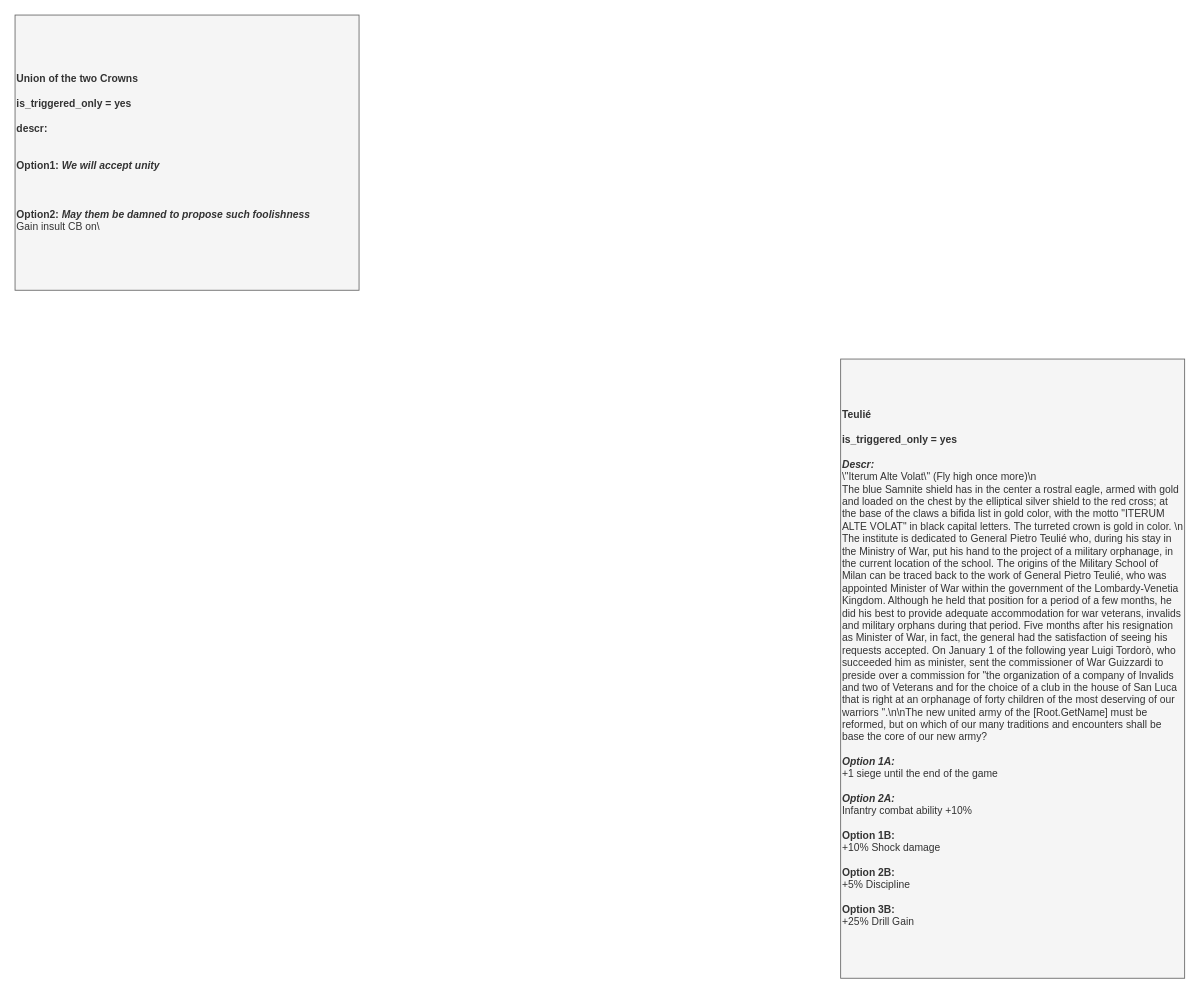
The draw.io diagram page "Events" (3 of 5) of Lombardy-Venetia/Lombardy-Venetia 0.1.drawio in Melvasul/Missions-Expanded, before the edit. Source tidied: cells renumbered, new cells numbered last; positions are measured from the earlier drawing's top-left corner, leaving out a move shared by most shapes. Both pictures are drawn from the tidied source at 86%, with x=0, y=0 at pixel (15, 15).
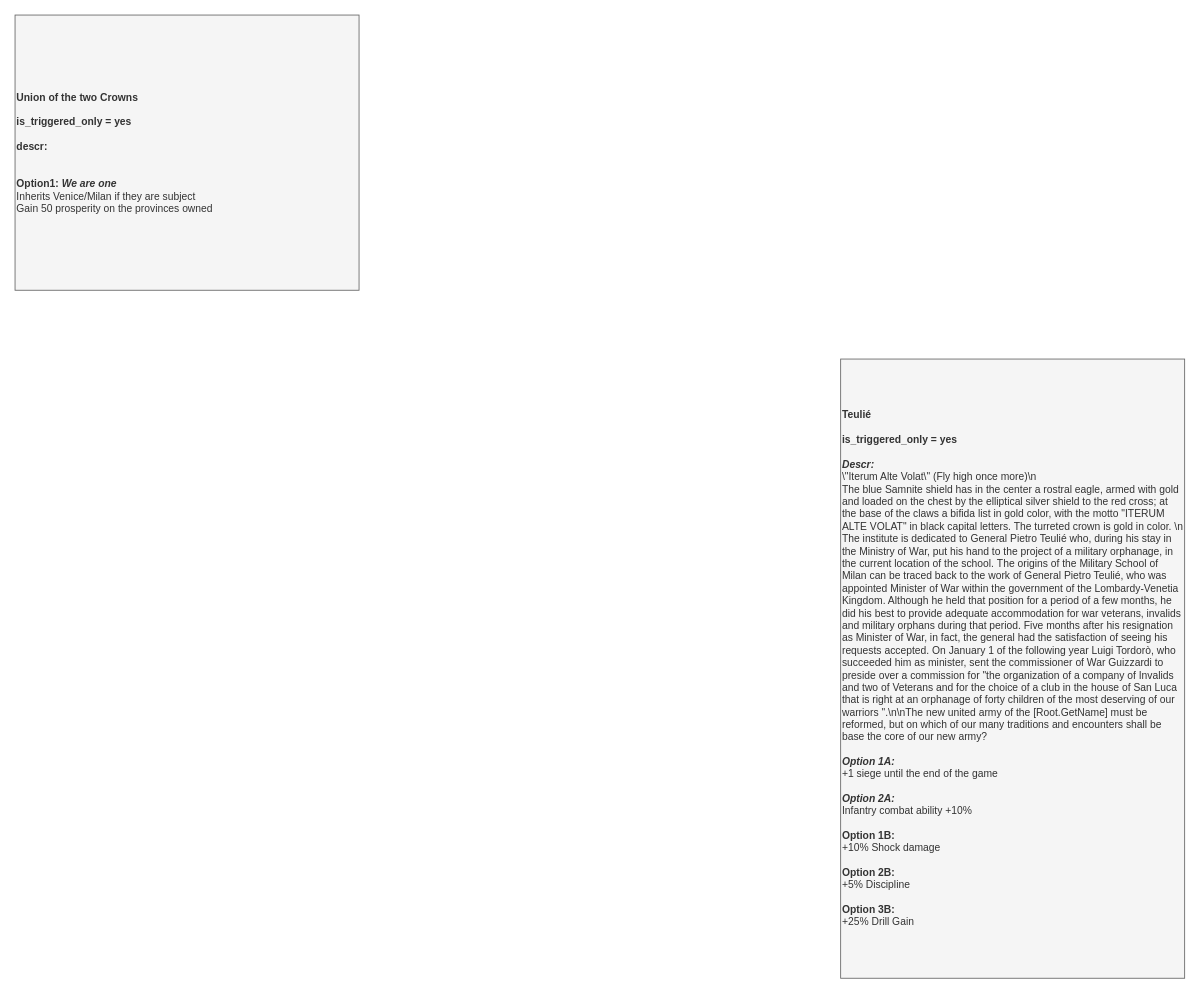
Above is the later version.

The edit, as a diff of the source:
```diff
@@
 <mxGraphModel>
   <root>
     <mxCell id="0" />
     <mxCell id="1" parent="0" />
-    <mxCell id="2" value="&lt;div style=&quot;font-size: 12px&quot;&gt;&lt;b&gt;Union of the two Crowns&lt;/b&gt;&lt;br&gt;&lt;/div&gt;&lt;div style=&quot;font-size: 12px&quot;&gt;&lt;span style=&quot;font-size: 12px&quot;&gt;&lt;br&gt;&lt;/span&gt;&lt;/div&gt;&lt;div style=&quot;font-size: 12px&quot;&gt;&lt;span style=&quot;font-size: 12px&quot;&gt;&lt;b&gt;is_triggered_only = yes&lt;/b&gt;&lt;/span&gt;&lt;/div&gt;&lt;div style=&quot;font-size: 12px&quot;&gt;&lt;span style=&quot;font-size: 12px&quot;&gt;&lt;br&gt;&lt;/span&gt;&lt;/div&gt;&lt;div style=&quot;font-size: 12px&quot;&gt;&lt;span style=&quot;font-size: 12px&quot;&gt;&lt;b&gt;descr:&lt;/b&gt;&lt;/span&gt;&lt;/div&gt;&lt;div style=&quot;font-size: 12px&quot;&gt;&lt;br&gt;&lt;/div&gt;&lt;div style=&quot;font-size: 12px&quot;&gt;&lt;span style=&quot;font-size: 12px&quot;&gt;&lt;br style=&quot;font-size: 12px&quot;&gt;&lt;/span&gt;&lt;/div&gt;&lt;div style=&quot;font-size: 12px&quot;&gt;&lt;span style=&quot;font-size: 12px&quot;&gt;&lt;b&gt;Option1: &lt;/b&gt;&lt;i&gt;&lt;b&gt;We will accept unity&lt;/b&gt;&lt;/i&gt;&lt;/span&gt;&lt;/div&gt;&lt;div style=&quot;font-size: 12px&quot;&gt;&lt;br&gt;&lt;/div&gt;&lt;div style=&quot;font-size: 12px&quot;&gt;&lt;br&gt;&lt;/div&gt;&lt;div style=&quot;font-size: 12px&quot;&gt;&lt;span style=&quot;font-size: 12px&quot;&gt;&lt;br style=&quot;font-size: 12px&quot;&gt;&lt;/span&gt;&lt;/div&gt;&lt;div style=&quot;font-size: 12px&quot;&gt;&lt;span style=&quot;font-size: 12px&quot;&gt;&lt;b&gt;Option2: &lt;i&gt;May them be damned to propose such&amp;nbsp;&lt;/i&gt;&lt;/b&gt;&lt;/span&gt;&lt;span&gt;&lt;b&gt;&lt;i&gt;foolishness&lt;/i&gt;&lt;/b&gt;&lt;/span&gt;&lt;/div&gt;&lt;div style=&quot;font-size: 12px&quot;&gt;Gain insult CB on\&lt;/div&gt;" style="rounded=0;whiteSpace=wrap;html=1;fillColor=#f5f5f5;strokeColor=#666666;fontSize=12;fontColor=#333333;align=left;verticalAlign=middle;" parent="1" vertex="1">
+    <mxCell id="2" value="&lt;div style=&quot;font-size: 12px&quot;&gt;&lt;b&gt;Union of the two Crowns&lt;/b&gt;&lt;br&gt;&lt;/div&gt;&lt;div style=&quot;font-size: 12px&quot;&gt;&lt;span style=&quot;font-size: 12px&quot;&gt;&lt;br&gt;&lt;/span&gt;&lt;/div&gt;&lt;div style=&quot;font-size: 12px&quot;&gt;&lt;span style=&quot;font-size: 12px&quot;&gt;&lt;b&gt;is_triggered_only = yes&lt;/b&gt;&lt;/span&gt;&lt;/div&gt;&lt;div style=&quot;font-size: 12px&quot;&gt;&lt;span style=&quot;font-size: 12px&quot;&gt;&lt;br&gt;&lt;/span&gt;&lt;/div&gt;&lt;div style=&quot;font-size: 12px&quot;&gt;&lt;span style=&quot;font-size: 12px&quot;&gt;&lt;b&gt;descr:&lt;/b&gt;&lt;/span&gt;&lt;/div&gt;&lt;div style=&quot;font-size: 12px&quot;&gt;&lt;br&gt;&lt;/div&gt;&lt;div style=&quot;font-size: 12px&quot;&gt;&lt;span style=&quot;font-size: 12px&quot;&gt;&lt;br style=&quot;font-size: 12px&quot;&gt;&lt;/span&gt;&lt;/div&gt;&lt;div style=&quot;font-size: 12px&quot;&gt;&lt;span style=&quot;font-size: 12px&quot;&gt;&lt;b&gt;Option1: &lt;/b&gt;&lt;i&gt;&lt;b&gt;We are one&lt;/b&gt;&lt;/i&gt;&lt;/span&gt;&lt;/div&gt;&lt;div style=&quot;font-size: 12px&quot;&gt;&lt;span style=&quot;font-size: 12px&quot;&gt;Inherits Venice/Milan if they are subject&lt;/span&gt;&lt;/div&gt;&lt;div style=&quot;font-size: 12px&quot;&gt;&lt;span style=&quot;font-size: 12px&quot;&gt;Gain 50 prosperity on the provinces owned&lt;/span&gt;&lt;/div&gt;" style="rounded=0;whiteSpace=wrap;html=1;fillColor=#f5f5f5;strokeColor=#666666;fontSize=12;fontColor=#333333;align=left;verticalAlign=middle;" parent="1" vertex="1">
       <mxGeometry width="400" height="320" as="geometry" />
     </mxCell>
     <mxCell id="3" value="&lt;div style=&quot;font-size: 12px&quot;&gt;&lt;b&gt;Teulié&lt;/b&gt;&lt;/div&gt;&lt;div style=&quot;font-size: 12px&quot;&gt;&lt;br&gt;&lt;/div&gt;&lt;div style=&quot;font-size: 12px&quot;&gt;&lt;b&gt;is_triggered_only = yes&lt;/b&gt;&lt;/div&gt;&lt;div style=&quot;font-size: 12px&quot;&gt;&lt;b&gt;&lt;br&gt;&lt;/b&gt;&lt;/div&gt;&lt;div&gt;&lt;font&gt;&lt;div style=&quot;font-size: 12px&quot;&gt;&lt;b style=&quot;font-size: 12px&quot;&gt;&lt;i style=&quot;font-size: 12px&quot;&gt;Descr:&lt;/i&gt;&lt;/b&gt;&lt;/div&gt;&lt;div&gt;\&quot;Iterum Alte Volat\&quot; (Fly high once more)\n&lt;br&gt;&lt;/div&gt;&lt;div&gt;The blue Samnite shield has in the center a rostral eagle, armed with gold and loaded on the chest by the elliptical silver shield to the red cross; at the base of the claws a bifida list in gold color, with the motto &quot;ITERUM ALTE VOLAT&quot; in black capital letters. The turreted crown is gold in color. \n&lt;/div&gt;&lt;div&gt;The institute is dedicated to General Pietro Teulié who, during his stay in the Ministry of War, put his hand to the project of a military orphanage, in the current location of the school.&amp;nbsp;&lt;span&gt;The origins of the Military School of Milan can be traced back to the work of General Pietro Teulié, who was appointed Minister of War within the government of the Lombardy-Venetia Kingdom. Although he held that position for a period of a few months, he did his best to provide adequate accommodation for war veterans, invalids and military orphans during that period. Five months after his resignation as Minister of War, in fact, the general had the satisfaction of seeing his requests accepted. On January 1 of the following year Luigi Tordorò, who succeeded him as minister, sent the commissioner of War Guizzardi to preside over a commission for &quot;the organization of a company of Invalids and two of Veterans and for the choice of a club in the house of San Luca that is right at an orphanage of forty children of the most deserving of our warriors &quot;.&lt;/span&gt;&lt;span&gt;\n\n&lt;/span&gt;&lt;span&gt;The new united army of the [Root.GetName] must be reformed, but on which of our many traditions and encounters shall be base the core of our new army?&lt;/span&gt;&lt;/div&gt;&lt;div&gt;&lt;span&gt;&lt;br&gt;&lt;/span&gt;&lt;/div&gt;&lt;div&gt;&lt;b&gt;&lt;i&gt;Option 1A:&lt;/i&gt;&lt;/b&gt;&lt;i&gt;&amp;nbsp;&lt;/i&gt;&lt;br&gt;+1 siege until the end of the game&lt;br&gt;&lt;br&gt;&lt;i&gt;&lt;b&gt;Option 2A:&amp;nbsp;&lt;/b&gt;&lt;/i&gt;&lt;br&gt;Infantry combat ability +10%&lt;br&gt;&lt;/div&gt;&lt;/font&gt;&lt;/div&gt;&lt;font&gt;&lt;br&gt;&lt;b&gt;Option 1B: &lt;/b&gt;&lt;br&gt;+10% Shock damage&lt;br&gt;&lt;br&gt;&lt;b&gt;Option 2B: &lt;/b&gt;&lt;br&gt;+5% Discipline&lt;br&gt;&lt;br&gt;&lt;b&gt;Option 3B: &lt;/b&gt;&lt;br&gt;+25% Drill Gain&lt;span style=&quot;color: rgba(0 , 0 , 0 , 0) ; font-family: monospace ; font-size: 0px&quot;&gt;del%3E%3Croot%3E%3CmxCell%20id%3D%220%22%2F%3E%3CmxCell%20id%3D%221%22%20parent%3D%220%22%2F%3E%3CmxCell%20id%3D%222%22%20value%3D%22%26lt%3Bdiv%20style%3D%26quot%3Bfont-size%3A%2012px%26quot%3B%26gt%3B%26lt%3Bb%26gt%3BNunziatella%26lt%3B%2Fb%26gt%3B%26lt%3B%2Fdiv%26gt%3B%26lt%3Bdiv%20style%3D%26quot%3Bfont-size%3A%2012px%26quot%3B%26gt%3B%26lt%3Bb%26gt%3B%26lt%3Bbr%26gt%3B%26lt%3B%2Fb%26gt%3B%26lt%3B%2Fdiv%26gt%3B%26lt%3Bdiv%20style%3D%26quot%3Bfont-size%3A%2012px%26quot%3B%26gt%3B%26lt%3Bb%26gt%3Bpotential%3A%26lt%3B%2Fb%26gt%3B%26lt%3B%2Fdiv%26gt%3B%26lt%3Bdiv%20style%3D%26quot%3Bfont-size%3A%2012px%26quot%3B%26gt%3BIs%20the%20TTS%26lt%3B%2Fdiv%26gt%3B%26lt%3Bdiv%20style%3D%26quot%3Bfont-size%3A%2012px%26quot%3B%26gt%3Bcompleted%20mission%3A%20Military%20Reforms%26lt%3B%2Fdiv%26gt%3B%26lt%3Bdiv%20style%3D%26quot%3Bfont-size%3A%2012px%26quot%3B%26gt%3B%26lt%3Bb%26gt%3B%26lt%3Bbr%26gt%3B%26lt%3B%2Fb%26gt%3B%26lt%3B%2Fdiv%26gt%3B%26lt%3Bdiv%20style%3D%26quot%3Bfont-size%3A%2012px%26quot%3B%26gt%3B%26lt%3Bb%26gt%3BAllow%3A%26lt%3B%2Fb%26gt%3B%26lt%3B%2Fdiv%26gt%3B%26lt%3Bdiv%20style%3D%26quot%3Bfont-size%3A%2012px%26quot%3B%26gt%3B%26lt%3Bbr%26gt%3B%26lt%3B%2Fdiv%26gt%3B%26lt%3Bdiv%20style%3D%26quot%3Bfont-size%3A%2012px%26quot%3B%26gt%3B%26lt%3Bb%26gt%3B%26lt%3Bbr%26gt%3B%26lt%3B%2Fb%26gt%3B%26lt%3B%2Fdiv%26gt%3B%26lt%3Bdiv%26gt%3B%26lt%3Bfont%26gt%3B%26lt%3Bdiv%20style%3D%26quot%3Bfont-size%3A%2012px%26quot%3B%26gt%3B%26lt%3Bb%20style%3D%26quot%3Bfont-size%3A%2012px%26quot%3B%26gt%3B%26lt%3Bi%20style%3D%26quot%3Bfont-size%3A%2012px%26quot%3B%26gt%3BDescr%3A%26amp%3Bnbsp%3B%26lt%3B%2Fi%26gt%3B%26lt%3B%2Fb%26gt%3B%26lt%3B%2Fdiv%26gt%3B%26lt%3Bdiv%20style%3D%26quot%3Bfont-size%3A%2012px%26quot%3B%26gt%3B%26lt%3B%2Fdiv%26gt%3B%26lt%3B%2Ffont%26gt%3B%26lt%3B%2Fdiv%26gt%3B%26lt%3Bfont%26gt%3B%26lt%3Bbr%26gt%3B%26lt%3B%2Ffont%26gt%3B%22%20style%3D%22rounded%3D0%3BwhiteSpace%3Dwrap%3Bhtml%3D1%3Balign%3Dleft%3BfontSize%3D12%3BfillColor%3D%23f5f5f5%3BstrokeColor%3D%23666666%3BfontColor%3D%23333333%3BfontFamily%3DHelvetica%3B%22%20vertex%3D%221%22%20parent%3D%221%22%3E%3CmxGeometry%20x%3D%22480%22%20width%3D%22400%22%20height%3D%22320%22%20as%3D%22geometry%22%2F%3E%3C%2FmxCell%3E%3C%2Froot%3E%3C%2FmxGraphModel%dasdasdasdasddadasdasd3E&lt;b&gt;Lo&lt;/b&gt;&lt;/span&gt;&lt;br&gt;&lt;/font&gt;" style="rounded=0;whiteSpace=wrap;html=1;align=left;fontSize=12;fillColor=#f5f5f5;strokeColor=#666666;fontColor=#333333;fontFamily=Helvetica;" parent="1" vertex="1">
       <mxGeometry x="960" y="400" width="400" height="720" as="geometry" />
     </mxCell>
   </root>
 </mxGraphModel>
```
